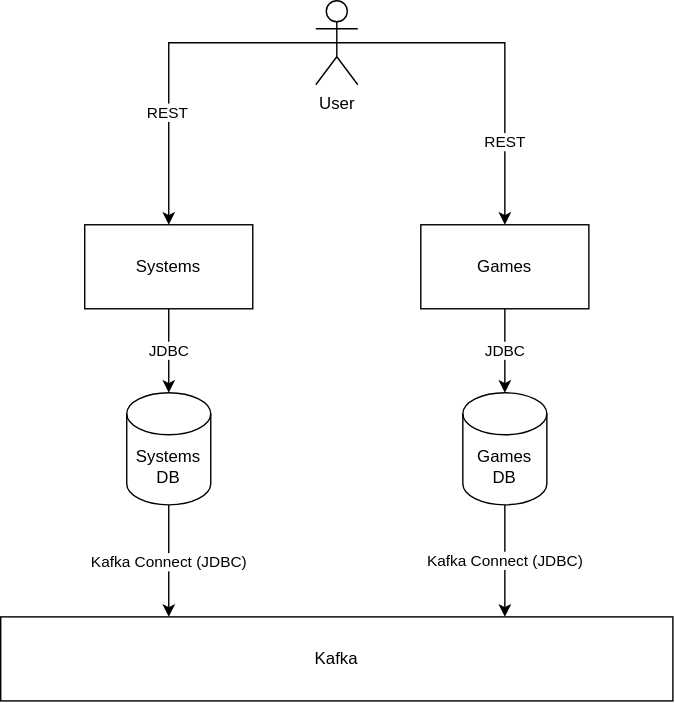
Before: .docs/images/architecture.svg, a diagram exported from draw.io (icoffiel/kafka-game). Source tidied: cells renumbered, new cells last; positions are measured from the earlier drawing's top-left corner, leaving out a move shared by most shapes.
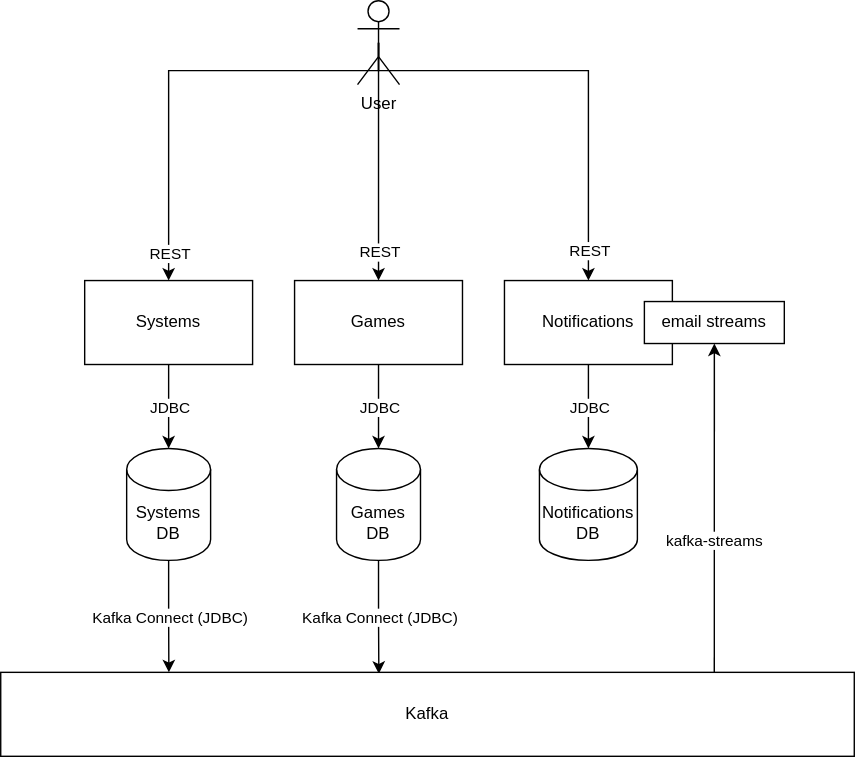
After the change.

Change to the diagram source:
```diff
@@ -13,7 +13,7 @@
     <mxCell id="4" value="Systems" style="rounded=0;whiteSpace=wrap;html=1;" parent="1" vertex="1">
       <mxGeometry x="60" y="160" width="120" height="60" as="geometry" />
     </mxCell>
-    <mxCell id="5" style="edgeStyle=orthogonalEdgeStyle;rounded=0;jettySize=auto;html=1;exitX=0.5;exitY=1;exitDx=0;exitDy=0;exitPerimeter=0;entryX=0.25;entryY=0;entryDx=0;entryDy=0;" parent="1" edge="1" source="7" target="19">
+    <mxCell id="5" style="edgeStyle=orthogonalEdgeStyle;rounded=0;jettySize=auto;html=1;exitX=0.5;exitY=1;exitDx=0;exitDy=0;exitPerimeter=0;entryX=0.197;entryY=0;entryDx=0;entryDy=0;entryPerimeter=0;" parent="1" edge="1" source="7" target="19">
       <mxGeometry relative="1" as="geometry" />
     </mxCell>
     <mxCell id="6" value="Kafka Connect (JDBC)" style="edgeLabel;html=1;align=center;verticalAlign=middle;" parent="5" vertex="1">
@@ -25,21 +25,28 @@
       <mxGeometry x="90" y="280" width="60" height="80" as="geometry" />
     </mxCell>
     <mxCell id="8" style="edgeStyle=orthogonalEdgeStyle;rounded=0;jettySize=auto;html=1;exitX=0.5;exitY=0.5;exitDx=0;exitDy=0;exitPerimeter=0;entryX=0.5;entryY=0;entryDx=0;entryDy=0;" parent="1" edge="1" source="12" target="4">
-      <mxGeometry relative="1" as="geometry" />
+      <mxGeometry relative="1" as="geometry">
+        <Array as="points">
+          <mxPoint x="270" y="10" />
+          <mxPoint x="120" y="10" />
+        </Array>
+      </mxGeometry>
     </mxCell>
     <mxCell id="9" value="REST" style="edgeLabel;html=1;align=center;verticalAlign=middle;" parent="8" vertex="1">
-      <mxGeometry x="0.36" y="-1" relative="1" as="geometry" />
+      <mxGeometry x="0.36" y="-1" relative="1" as="geometry">
+        <mxPoint x="1" y="82" as="offset" />
+      </mxGeometry>
     </mxCell>
     <mxCell id="10" style="edgeStyle=orthogonalEdgeStyle;rounded=0;jettySize=auto;html=1;exitX=0.5;exitY=0.5;exitDx=0;exitDy=0;exitPerimeter=0;" parent="1" edge="1" source="12" target="15">
       <mxGeometry relative="1" as="geometry" />
     </mxCell>
     <mxCell id="11" value="REST" style="edgeLabel;html=1;align=center;verticalAlign=middle;" parent="10" vertex="1">
       <mxGeometry x="0.38" y="-1" relative="1" as="geometry">
-        <mxPoint x="1" y="17" as="offset" />
+        <mxPoint x="1" y="31" as="offset" />
       </mxGeometry>
     </mxCell>
     <mxCell id="12" value="User" style="shape=umlActor;verticalLabelPosition=bottom;verticalAlign=top;html=1;outlineConnect=0;" parent="1" vertex="1">
-      <mxGeometry x="225" width="30" height="60" as="geometry" />
+      <mxGeometry x="255" y="-40" width="30" height="60" as="geometry" />
     </mxCell>
     <mxCell id="13" style="edgeStyle=orthogonalEdgeStyle;rounded=0;jettySize=auto;html=1;exitX=0.5;exitY=1;exitDx=0;exitDy=0;entryX=0.5;entryY=0;entryDx=0;entryDy=0;entryPerimeter=0;" parent="1" edge="1" source="15" target="18">
       <mxGeometry relative="1" as="geometry" />
@@ -50,9 +57,9 @@
       </mxGeometry>
     </mxCell>
     <mxCell id="15" value="Games" style="rounded=0;whiteSpace=wrap;html=1;" parent="1" vertex="1">
-      <mxGeometry x="300" y="160" width="120" height="60" as="geometry" />
+      <mxGeometry x="210" y="160" width="120" height="60" as="geometry" />
     </mxCell>
-    <mxCell id="16" style="edgeStyle=orthogonalEdgeStyle;rounded=0;jettySize=auto;html=1;exitX=0.5;exitY=1;exitDx=0;exitDy=0;exitPerimeter=0;entryX=0.75;entryY=0;entryDx=0;entryDy=0;" parent="1" edge="1" source="18" target="19">
+    <mxCell id="16" style="edgeStyle=orthogonalEdgeStyle;rounded=0;jettySize=auto;html=1;exitX=0.5;exitY=1;exitDx=0;exitDy=0;exitPerimeter=0;entryX=0.443;entryY=0.017;entryDx=0;entryDy=0;entryPerimeter=0;" parent="1" edge="1" source="18" target="19">
       <mxGeometry relative="1" as="geometry" />
     </mxCell>
     <mxCell id="17" value="Kafka Connect (JDBC)" style="edgeLabel;html=1;align=center;verticalAlign=middle;" parent="16" vertex="1">
@@ -61,10 +68,51 @@
       </mxGeometry>
     </mxCell>
     <mxCell id="18" value="Games DB" style="shape=cylinder3;whiteSpace=wrap;html=1;boundedLbl=1;backgroundOutline=1;size=15;" parent="1" vertex="1">
-      <mxGeometry x="330" y="280" width="60" height="80" as="geometry" />
+      <mxGeometry x="240" y="280" width="60" height="80" as="geometry" />
     </mxCell>
     <mxCell id="19" value="Kafka" style="rounded=0;whiteSpace=wrap;html=1;" parent="1" vertex="1">
-      <mxGeometry y="440" width="480" height="60" as="geometry" />
+      <mxGeometry y="440" width="610" height="60" as="geometry" />
     </mxCell>
+    <mxCell id="20" value="Notifications" style="rounded=0;whiteSpace=wrap;html=1;" parent="1" vertex="1">
+      <mxGeometry x="360" y="160" width="120" height="60" as="geometry" />
+    </mxCell>
+    <mxCell id="21" style="edgeStyle=orthogonalEdgeStyle;rounded=0;jettySize=auto;html=1;exitX=0.5;exitY=0.5;exitDx=0;exitDy=0;exitPerimeter=0;entryX=0.5;entryY=0;entryDx=0;entryDy=0;" parent="1" edge="1" source="12" target="20">
+      <mxGeometry relative="1" as="geometry">
+        <Array as="points">
+          <mxPoint x="270" y="10" />
+          <mxPoint x="420" y="10" />
+        </Array>
+      </mxGeometry>
+    </mxCell>
+    <mxCell id="22" value="REST" style="edgeLabel;html=1;align=center;verticalAlign=middle;" parent="21" vertex="1">
+      <mxGeometry x="0.38" y="-1" relative="1" as="geometry">
+        <mxPoint x="1" y="77" as="offset" />
+      </mxGeometry>
+    </mxCell>
+    <mxCell id="23" value="Notifications DB" style="shape=cylinder3;whiteSpace=wrap;html=1;boundedLbl=1;backgroundOutline=1;size=15;" parent="1" vertex="1">
+      <mxGeometry x="385" y="280" width="70" height="80" as="geometry" />
+    </mxCell>
+    <mxCell id="24" style="edgeStyle=orthogonalEdgeStyle;rounded=0;jettySize=auto;html=1;exitX=0.5;exitY=1;exitDx=0;exitDy=0;entryX=0.5;entryY=0;entryDx=0;entryDy=0;entryPerimeter=0;" parent="1" edge="1" source="20" target="23">
+      <mxGeometry relative="1" as="geometry">
+        <Array as="points">
+          <mxPoint x="420" y="250" />
+          <mxPoint x="420" y="250" />
+        </Array>
+      </mxGeometry>
+    </mxCell>
+    <mxCell id="25" value="JDBC" style="edgeLabel;html=1;align=center;verticalAlign=middle;" parent="24" vertex="1">
+      <mxGeometry x="0.26" relative="1" as="geometry">
+        <mxPoint y="-8" as="offset" />
+      </mxGeometry>
+    </mxCell>
+    <mxCell id="26" style="edgeStyle=orthogonalEdgeStyle;rounded=0;jettySize=auto;html=1;exitX=0.5;exitY=1;exitDx=0;exitDy=0;entryX=0.836;entryY=0;entryDx=0;entryDy=0;entryPerimeter=0;startArrow=classic;startFill=1;endArrow=none;endFill=0;" parent="1" edge="1" source="28" target="19">
+      <mxGeometry relative="1" as="geometry" />
+    </mxCell>
+    <mxCell id="27" value="kafka-streams" style="edgeLabel;html=1;align=center;verticalAlign=middle;" parent="26" vertex="1">
+      <mxGeometry x="0.2" relative="1" as="geometry" />
+    </mxCell>
+    <mxCell id="28" value="email streams" style="rounded=0;whiteSpace=wrap;html=1;" parent="1" vertex="1">
+      <mxGeometry x="460" y="175" width="100" height="30" as="geometry" />
+    </mxCell>
   </root>
 </mxGraphModel>
```
